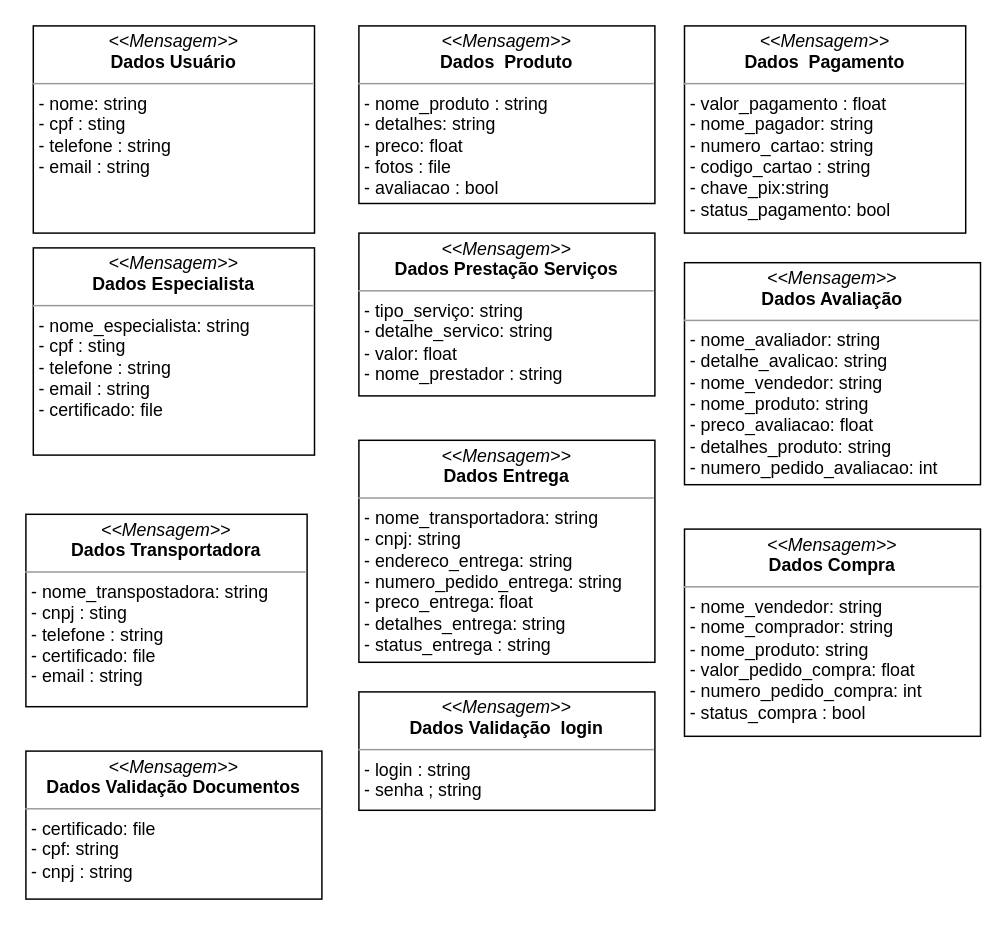
The draw.io diagram page "Mensagem" (1 of 2) of DEC/Diagrama sem nome.drawio in luca-moraes/projetoCorintoModelagem, before the edit. Source tidied: cells renumbered, new cells numbered last; positions are measured from the earlier drawing's top-left corner, leaving out a move shared by most shapes. Both pictures are drawn from the tidied source at 148%, with x=0, y=0 at pixel (25, 25).
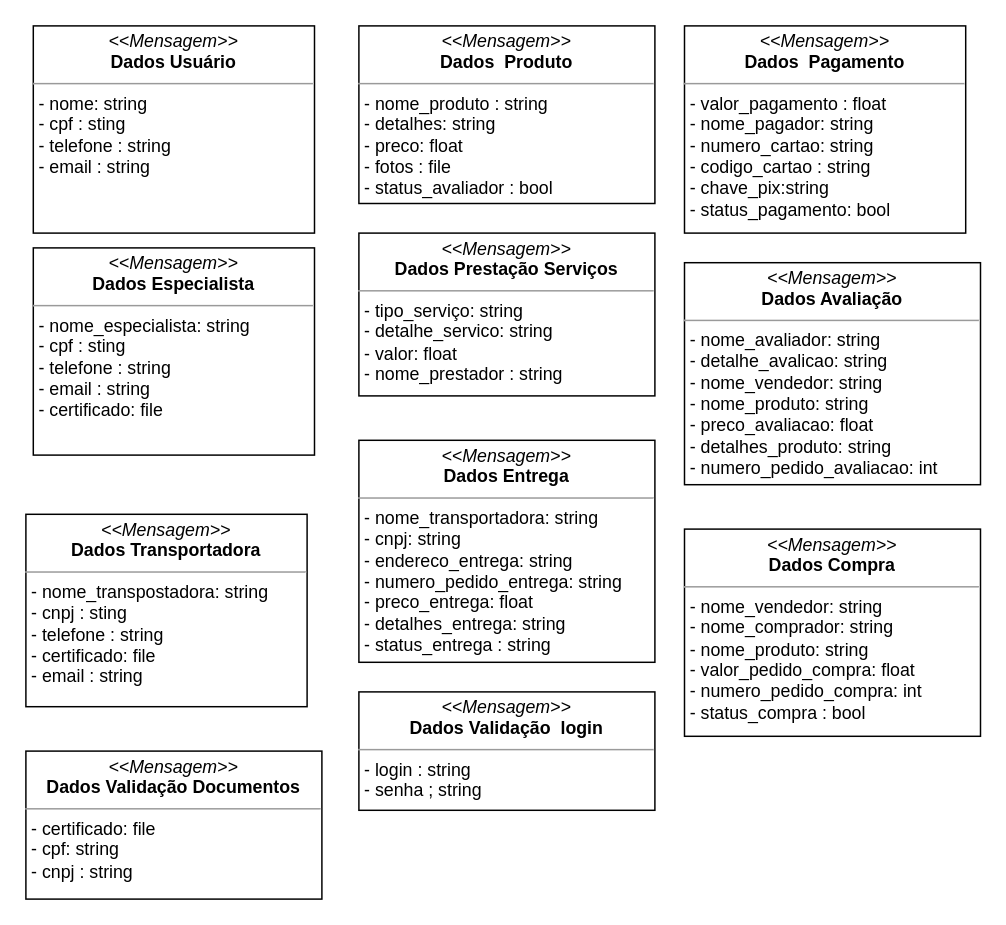
The same diagram, later.

Change to the diagram source:
```diff
@@
 <mxGraphModel>
   <root>
     <mxCell id="0" />
     <mxCell id="1" parent="0" />
     <mxCell id="2" value="&lt;p style=&quot;margin:0px;margin-top:4px;text-align:center;&quot;&gt;&lt;i&gt;&amp;lt;&amp;lt;Mensagem&amp;gt;&amp;gt;&lt;/i&gt;&lt;br&gt;&lt;b&gt;Dados Usuário&lt;/b&gt;&lt;/p&gt;&lt;hr size=&quot;1&quot;&gt;&lt;p style=&quot;margin:0px;margin-left:4px;&quot;&gt;&lt;span style=&quot;background-color: initial;&quot;&gt;- nome: string&lt;/span&gt;&lt;br&gt;&lt;/p&gt;&lt;p style=&quot;margin:0px;margin-left:4px;&quot;&gt;- cpf : sting&lt;/p&gt;&lt;p style=&quot;margin:0px;margin-left:4px;&quot;&gt;- telefone : string&lt;/p&gt;&lt;p style=&quot;margin:0px;margin-left:4px;&quot;&gt;- email : string&lt;/p&gt;" style="verticalAlign=top;align=left;overflow=fill;fontSize=12;fontFamily=Helvetica;html=1;whiteSpace=wrap;" parent="1" vertex="1">
       <mxGeometry x="5" width="190" height="140" as="geometry" />
     </mxCell>
     <mxCell id="3" value="&lt;p style=&quot;margin:0px;margin-top:4px;text-align:center;&quot;&gt;&lt;i&gt;&amp;lt;&amp;lt;Mensagem&amp;gt;&amp;gt;&lt;/i&gt;&lt;br&gt;&lt;b&gt;Dados Especialista&lt;/b&gt;&lt;/p&gt;&lt;hr size=&quot;1&quot;&gt;&lt;p style=&quot;margin:0px;margin-left:4px;&quot;&gt;&lt;span style=&quot;background-color: initial;&quot;&gt;- nome_especialista: string&lt;/span&gt;&lt;br&gt;&lt;/p&gt;&lt;p style=&quot;margin:0px;margin-left:4px;&quot;&gt;- cpf : sting&lt;/p&gt;&lt;p style=&quot;margin:0px;margin-left:4px;&quot;&gt;- telefone : string&lt;/p&gt;&lt;p style=&quot;margin:0px;margin-left:4px;&quot;&gt;- email : string&lt;br&gt;&lt;/p&gt;&lt;p style=&quot;margin:0px;margin-left:4px;&quot;&gt;- certificado: file&amp;nbsp;&lt;/p&gt;&lt;p style=&quot;margin:0px;margin-left:4px;&quot;&gt;&lt;br&gt;&lt;/p&gt;" style="verticalAlign=top;align=left;overflow=fill;fontSize=12;fontFamily=Helvetica;html=1;whiteSpace=wrap;" parent="1" vertex="1">
       <mxGeometry x="5" y="150" width="190" height="140" as="geometry" />
     </mxCell>
     <mxCell id="4" value="&lt;p style=&quot;margin:0px;margin-top:4px;text-align:center;&quot;&gt;&lt;i&gt;&amp;lt;&amp;lt;Mensagem&amp;gt;&amp;gt;&lt;/i&gt;&lt;br&gt;&lt;b&gt;Dados Transportadora&lt;/b&gt;&lt;/p&gt;&lt;hr size=&quot;1&quot;&gt;&lt;p style=&quot;margin:0px;margin-left:4px;&quot;&gt;&lt;span style=&quot;background-color: initial;&quot;&gt;- nome_transpostadora: string&lt;/span&gt;&lt;br&gt;&lt;/p&gt;&lt;p style=&quot;margin:0px;margin-left:4px;&quot;&gt;- cnpj : sting&lt;/p&gt;&lt;p style=&quot;margin:0px;margin-left:4px;&quot;&gt;- telefone : string&lt;/p&gt;&lt;p style=&quot;border-color: var(--border-color); margin: 0px 0px 0px 4px;&quot;&gt;- certificado: file&amp;nbsp;&lt;/p&gt;&lt;p style=&quot;border-color: var(--border-color); margin: 0px 0px 0px 4px;&quot;&gt;- email : string&lt;br&gt;&lt;/p&gt;&lt;p style=&quot;border-color: var(--border-color); margin: 0px 0px 0px 4px;&quot;&gt;&lt;br style=&quot;border-color: var(--border-color);&quot;&gt;&lt;/p&gt;" style="verticalAlign=top;align=left;overflow=fill;fontSize=12;fontFamily=Helvetica;html=1;whiteSpace=wrap;" parent="1" vertex="1">
       <mxGeometry y="330" width="190" height="130" as="geometry" />
     </mxCell>
     <mxCell id="5" value="&lt;p style=&quot;margin:0px;margin-top:4px;text-align:center;&quot;&gt;&lt;i&gt;&amp;lt;&amp;lt;Mensagem&amp;gt;&amp;gt;&lt;/i&gt;&lt;br&gt;&lt;b&gt;Dados Validação Documentos&lt;/b&gt;&lt;/p&gt;&lt;hr size=&quot;1&quot;&gt;&lt;p style=&quot;margin:0px;margin-left:4px;&quot;&gt;- certificado: file&lt;/p&gt;&lt;p style=&quot;margin:0px;margin-left:4px;&quot;&gt;- cpf: string&lt;br&gt;&lt;/p&gt;&lt;p style=&quot;margin:0px;margin-left:4px;&quot;&gt;- cnpj : string&lt;/p&gt;" style="verticalAlign=top;align=left;overflow=fill;fontSize=12;fontFamily=Helvetica;html=1;whiteSpace=wrap;" parent="1" vertex="1">
       <mxGeometry y="490" width="200" height="100" as="geometry" />
     </mxCell>
     <mxCell id="6" value="&lt;p style=&quot;margin:0px;margin-top:4px;text-align:center;&quot;&gt;&lt;i&gt;&amp;lt;&amp;lt;Mensagem&amp;gt;&amp;gt;&lt;/i&gt;&lt;br&gt;&lt;b&gt;Dados Validação&amp;nbsp; login&lt;/b&gt;&lt;/p&gt;&lt;hr size=&quot;1&quot;&gt;&lt;p style=&quot;margin:0px;margin-left:4px;&quot;&gt;- login : string&lt;/p&gt;&lt;p style=&quot;margin:0px;margin-left:4px;&quot;&gt;- senha ; string&lt;/p&gt;" style="verticalAlign=top;align=left;overflow=fill;fontSize=12;fontFamily=Helvetica;html=1;whiteSpace=wrap;" parent="1" vertex="1">
       <mxGeometry x="225" y="450" width="200" height="80" as="geometry" />
     </mxCell>
-    <mxCell id="7" value="&lt;p style=&quot;margin:0px;margin-top:4px;text-align:center;&quot;&gt;&lt;i&gt;&amp;lt;&amp;lt;Mensagem&amp;gt;&amp;gt;&lt;/i&gt;&lt;br&gt;&lt;b&gt;Dados&amp;nbsp; Produto&lt;/b&gt;&lt;/p&gt;&lt;hr size=&quot;1&quot;&gt;&lt;p style=&quot;margin:0px;margin-left:4px;&quot;&gt;- nome_produto : string&lt;/p&gt;&lt;p style=&quot;margin:0px;margin-left:4px;&quot;&gt;- detalhes: string&lt;/p&gt;&lt;p style=&quot;margin:0px;margin-left:4px;&quot;&gt;- preco: float&lt;/p&gt;&lt;p style=&quot;margin:0px;margin-left:4px;&quot;&gt;- fotos : file&lt;/p&gt;&lt;p style=&quot;margin:0px;margin-left:4px;&quot;&gt;- avaliacao : bool&lt;/p&gt;" style="verticalAlign=top;align=left;overflow=fill;fontSize=12;fontFamily=Helvetica;html=1;whiteSpace=wrap;" parent="1" vertex="1">
+    <mxCell id="7" value="&lt;p style=&quot;margin:0px;margin-top:4px;text-align:center;&quot;&gt;&lt;i&gt;&amp;lt;&amp;lt;Mensagem&amp;gt;&amp;gt;&lt;/i&gt;&lt;br&gt;&lt;b&gt;Dados&amp;nbsp; Produto&lt;/b&gt;&lt;/p&gt;&lt;hr size=&quot;1&quot;&gt;&lt;p style=&quot;margin:0px;margin-left:4px;&quot;&gt;- nome_produto : string&lt;/p&gt;&lt;p style=&quot;margin:0px;margin-left:4px;&quot;&gt;- detalhes: string&lt;/p&gt;&lt;p style=&quot;margin:0px;margin-left:4px;&quot;&gt;- preco: float&lt;/p&gt;&lt;p style=&quot;margin:0px;margin-left:4px;&quot;&gt;- fotos : file&lt;/p&gt;&lt;p style=&quot;margin:0px;margin-left:4px;&quot;&gt;- status_avaliador : bool&lt;/p&gt;" style="verticalAlign=top;align=left;overflow=fill;fontSize=12;fontFamily=Helvetica;html=1;whiteSpace=wrap;" parent="1" vertex="1">
       <mxGeometry x="225" width="200" height="120" as="geometry" />
     </mxCell>
     <mxCell id="8" value="&lt;p style=&quot;margin:0px;margin-top:4px;text-align:center;&quot;&gt;&lt;i&gt;&amp;lt;&amp;lt;Mensagem&amp;gt;&amp;gt;&lt;/i&gt;&lt;br&gt;&lt;b&gt;Dados Prestação Serviços&lt;/b&gt;&lt;/p&gt;&lt;hr size=&quot;1&quot;&gt;&lt;p style=&quot;margin:0px;margin-left:4px;&quot;&gt;- tipo_serviço: string&lt;/p&gt;&lt;p style=&quot;margin:0px;margin-left:4px;&quot;&gt;- detalhe_servico: string&lt;/p&gt;&lt;p style=&quot;margin:0px;margin-left:4px;&quot;&gt;- valor: float&lt;/p&gt;&lt;p style=&quot;margin:0px;margin-left:4px;&quot;&gt;- nome_prestador : string&lt;/p&gt;" style="verticalAlign=top;align=left;overflow=fill;fontSize=12;fontFamily=Helvetica;html=1;whiteSpace=wrap;" parent="1" vertex="1">
       <mxGeometry x="225" y="140" width="200" height="110" as="geometry" />
     </mxCell>
     <mxCell id="9" value="&lt;p style=&quot;margin:0px;margin-top:4px;text-align:center;&quot;&gt;&lt;i&gt;&amp;lt;&amp;lt;Mensagem&amp;gt;&amp;gt;&lt;/i&gt;&lt;br&gt;&lt;b&gt;Dados Avaliação&lt;/b&gt;&lt;/p&gt;&lt;hr size=&quot;1&quot;&gt;&lt;p style=&quot;margin:0px;margin-left:4px;&quot;&gt;- nome_avaliador: string&lt;/p&gt;&lt;p style=&quot;margin:0px;margin-left:4px;&quot;&gt;- detalhe_avalicao: string&lt;/p&gt;&lt;p style=&quot;margin:0px;margin-left:4px;&quot;&gt;- nome_vendedor: string&lt;/p&gt;&lt;p style=&quot;margin:0px;margin-left:4px;&quot;&gt;- nome_produto: string&lt;/p&gt;&lt;p style=&quot;margin:0px;margin-left:4px;&quot;&gt;- preco_avaliacao: float&lt;/p&gt;&lt;p style=&quot;margin:0px;margin-left:4px;&quot;&gt;- detalhes_produto: string&lt;/p&gt;&lt;p style=&quot;margin:0px;margin-left:4px;&quot;&gt;- numero_pedido_avaliacao: int&lt;/p&gt;" style="verticalAlign=top;align=left;overflow=fill;fontSize=12;fontFamily=Helvetica;html=1;whiteSpace=wrap;" parent="1" vertex="1">
       <mxGeometry x="445" y="160" width="200" height="150" as="geometry" />
     </mxCell>
     <mxCell id="10" value="&lt;p style=&quot;margin:0px;margin-top:4px;text-align:center;&quot;&gt;&lt;i&gt;&amp;lt;&amp;lt;Mensagem&amp;gt;&amp;gt;&lt;/i&gt;&lt;br&gt;&lt;b&gt;Dados Entrega&lt;/b&gt;&lt;/p&gt;&lt;hr size=&quot;1&quot;&gt;&lt;p style=&quot;margin:0px;margin-left:4px;&quot;&gt;- nome_transportadora: string&lt;/p&gt;&lt;p style=&quot;margin:0px;margin-left:4px;&quot;&gt;- cnpj: string&lt;/p&gt;&lt;p style=&quot;margin:0px;margin-left:4px;&quot;&gt;- endereco_entrega: string&lt;/p&gt;&lt;p style=&quot;margin:0px;margin-left:4px;&quot;&gt;- numero_pedido_entrega: string&lt;/p&gt;&lt;p style=&quot;margin:0px;margin-left:4px;&quot;&gt;- preco_entrega: float&lt;/p&gt;&lt;p style=&quot;margin:0px;margin-left:4px;&quot;&gt;- detalhes_entrega: string&lt;/p&gt;&lt;p style=&quot;margin:0px;margin-left:4px;&quot;&gt;- status_entrega : string&lt;/p&gt;" style="verticalAlign=top;align=left;overflow=fill;fontSize=12;fontFamily=Helvetica;html=1;whiteSpace=wrap;" parent="1" vertex="1">
       <mxGeometry x="225" y="280" width="200" height="150" as="geometry" />
     </mxCell>
     <mxCell id="11" value="&lt;p style=&quot;margin:0px;margin-top:4px;text-align:center;&quot;&gt;&lt;i&gt;&amp;lt;&amp;lt;Mensagem&amp;gt;&amp;gt;&lt;/i&gt;&lt;br&gt;&lt;b&gt;Dados Compra&lt;/b&gt;&lt;/p&gt;&lt;hr size=&quot;1&quot;&gt;&lt;p style=&quot;margin:0px;margin-left:4px;&quot;&gt;- nome_vendedor: string&lt;/p&gt;&lt;p style=&quot;margin:0px;margin-left:4px;&quot;&gt;- nome_comprador: string&lt;/p&gt;&lt;p style=&quot;margin:0px;margin-left:4px;&quot;&gt;- nome_produto: string&lt;/p&gt;&lt;p style=&quot;margin:0px;margin-left:4px;&quot;&gt;- valor_pedido_compra: float&lt;/p&gt;&lt;p style=&quot;margin:0px;margin-left:4px;&quot;&gt;- numero_pedido_compra: int&lt;/p&gt;&lt;p style=&quot;margin:0px;margin-left:4px;&quot;&gt;- status_compra : bool&lt;/p&gt;&lt;p style=&quot;margin:0px;margin-left:4px;&quot;&gt;&lt;br&gt;&lt;/p&gt;" style="verticalAlign=top;align=left;overflow=fill;fontSize=12;fontFamily=Helvetica;html=1;whiteSpace=wrap;" parent="1" vertex="1">
       <mxGeometry x="445" y="340" width="200" height="140" as="geometry" />
     </mxCell>
     <mxCell id="12" value="&lt;p style=&quot;margin:0px;margin-top:4px;text-align:center;&quot;&gt;&lt;i&gt;&amp;lt;&amp;lt;Mensagem&amp;gt;&amp;gt;&lt;/i&gt;&lt;br&gt;&lt;b&gt;Dados&amp;nbsp; Pagamento&lt;/b&gt;&lt;/p&gt;&lt;hr size=&quot;1&quot;&gt;&lt;p style=&quot;margin:0px;margin-left:4px;&quot;&gt;- valor_pagamento : float&lt;/p&gt;&lt;p style=&quot;margin:0px;margin-left:4px;&quot;&gt;- nome_pagador: string&lt;/p&gt;&lt;p style=&quot;margin:0px;margin-left:4px;&quot;&gt;- numero_cartao: string&lt;/p&gt;&lt;p style=&quot;margin:0px;margin-left:4px;&quot;&gt;- codigo_cartao : string&lt;/p&gt;&lt;p style=&quot;margin:0px;margin-left:4px;&quot;&gt;- chave_pix:string&lt;/p&gt;&lt;p style=&quot;margin:0px;margin-left:4px;&quot;&gt;- status_pagamento: bool&lt;/p&gt;" style="verticalAlign=top;align=left;overflow=fill;fontSize=12;fontFamily=Helvetica;html=1;whiteSpace=wrap;" parent="1" vertex="1">
       <mxGeometry x="445" width="190" height="140" as="geometry" />
     </mxCell>
   </root>
 </mxGraphModel>
```
